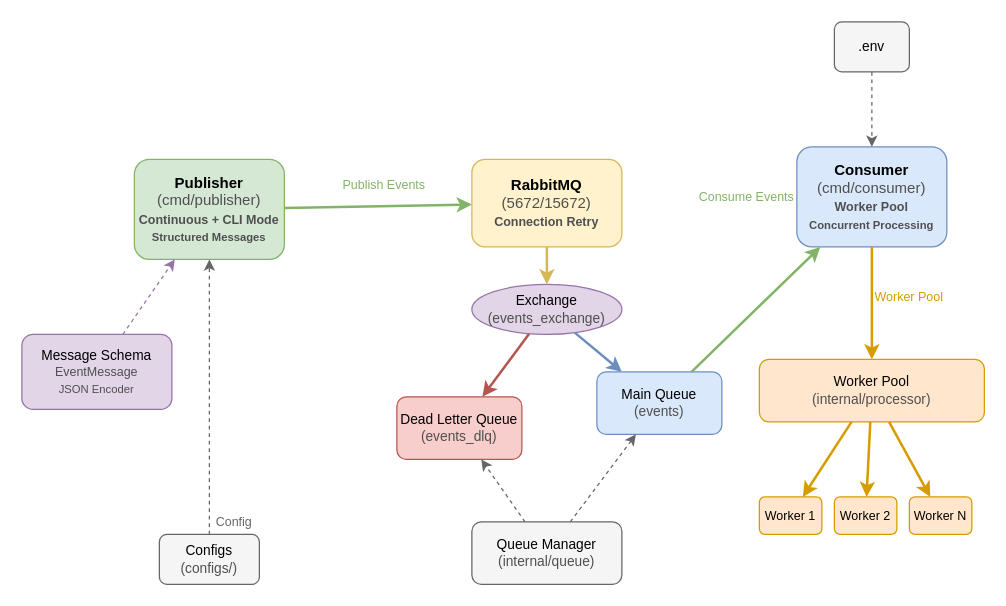
lorenaziviani/go_hopper keeps this draw.io diagram as docs/architecture.drawio. Above is the earlier version. Source tidied: cells renumbered, new cells numbered last; positions are measured from the earlier drawing's top-left corner, leaving out a move shared by most shapes. Both pictures are drawn from the tidied source at 125%, with x=0, y=0 at pixel (21, 21).
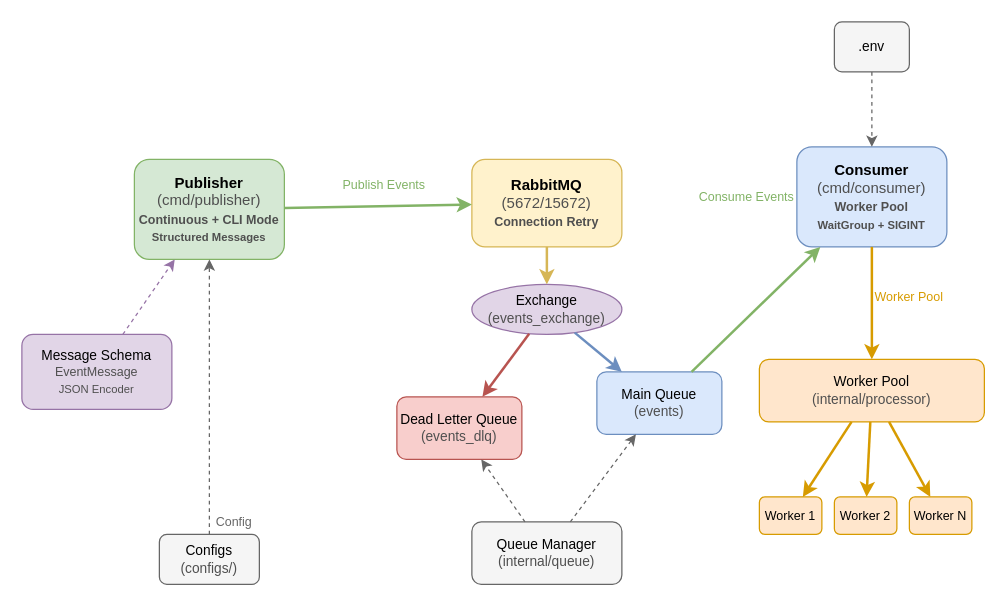
The same diagram, later.

Commit message (it also covers changes not shown here):
feat(consumer): add WaitGroup to coordinate workers

Change to the diagram source:
```diff
@@
-    <mxCell id="7" value="Consumer&lt;br&gt;&lt;span style=&quot;font-weight: normal;&quot;&gt;&lt;font style=&quot;color: rgb(79, 79, 79);&quot;&gt;(cmd/consumer)&lt;/font&gt;&lt;/span&gt;&lt;br&gt;&lt;font style=&quot;color: rgb(79, 79, 79); font-size: 10px;&quot;&gt;Worker Pool&lt;/font&gt;&lt;br&gt;&lt;font style=&quot;color: rgb(79, 79, 79); font-size: 9px;&quot;&gt;Concurrent Processing&lt;/font&gt;" style="rounded=1;whiteSpace=wrap;html=1;fillColor=#dae8fc;strokeColor=#6c8ebf;fontSize=12;fontStyle=1;" parent="1" vertex="1">
+    <mxCell id="7" value="Consumer&lt;br&gt;&lt;span style=&quot;font-weight: normal;&quot;&gt;&lt;font style=&quot;color: rgb(79, 79, 79);&quot;&gt;(cmd/consumer)&lt;/font&gt;&lt;/span&gt;&lt;br&gt;&lt;font style=&quot;color: rgb(79, 79, 79); font-size: 10px;&quot;&gt;Worker Pool&lt;/font&gt;&lt;br&gt;&lt;font style=&quot;color: rgb(79, 79, 79); font-size: 9px;&quot;&gt;WaitGroup + SIGINT&lt;/font&gt;" style="rounded=1;whiteSpace=wrap;html=1;fillColor=#dae8fc;strokeColor=#6c8ebf;fontSize=12;fontStyle=1;" parent="1" vertex="1">
       <mxGeometry x="620" y="100" width="120" height="80" as="geometry" />
     </mxCell>
```
